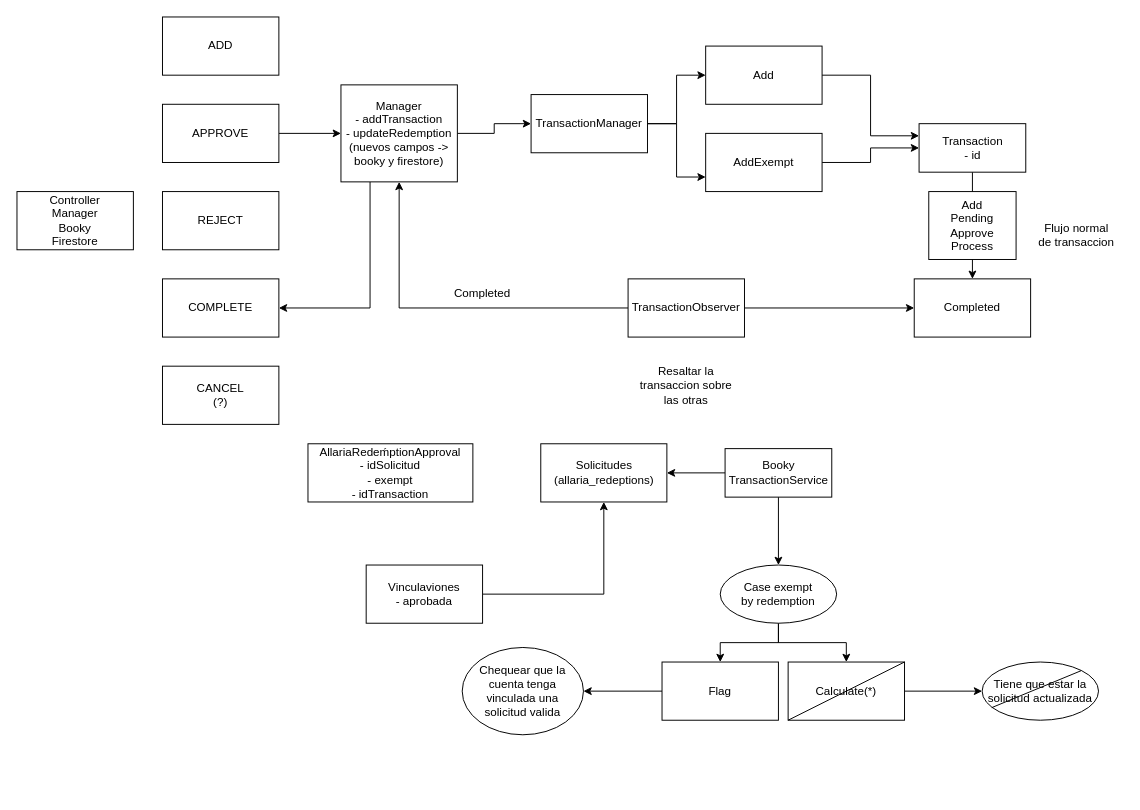
Above: Untitled Diagram.drawio in jaimequispe241094/Proyecto_Agenda (draw.io), before the change. Source tidied: cells renumbered, new cells numbered last; positions are measured from the earlier drawing's top-left corner, leaving out a move shared by most shapes. Both pictures are drawn from the tidied source at 97%, with x=0, y=0 at pixel (16, 16).
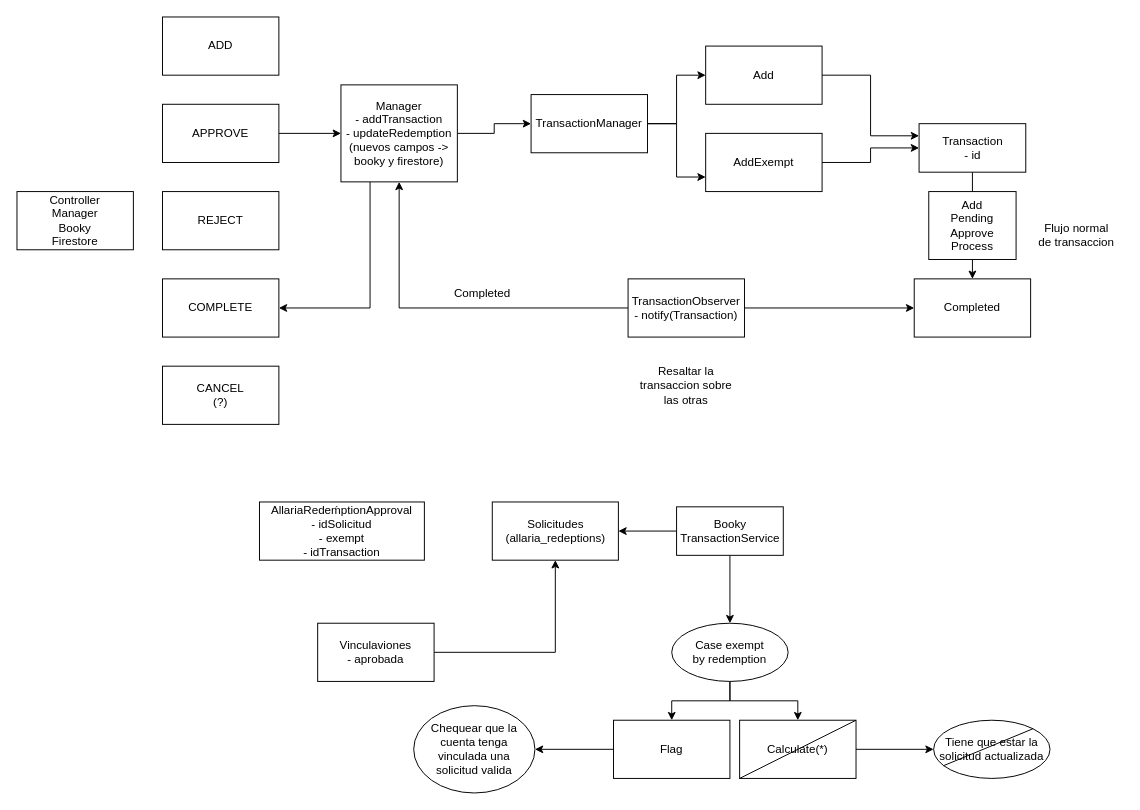
The same diagram, later.

The edit, as a diff of the source:
```diff
@@
     <mxCell id="2" value="&lt;div&gt;Solicitudes&lt;/div&gt;&lt;div&gt;(allaria_redeptions)&lt;/div&gt;" style="html=1;" parent="1" vertex="1">
-      <mxGeometry x="540" y="440" width="130" height="60" as="geometry" />
+      <mxGeometry x="490" y="500" width="130" height="60" as="geometry" />
     </mxCell>
@@
     <mxCell id="5" value="&lt;div&gt;Booky&lt;/div&gt;&lt;div&gt;TransactionService&lt;/div&gt;" style="html=1;" parent="1" vertex="1">
-      <mxGeometry x="730" y="445" width="110" height="50" as="geometry" />
+      <mxGeometry x="680" y="505" width="110" height="50" as="geometry" />
     </mxCell>
@@
     <mxCell id="24" value="&lt;div&gt;Case exempt&lt;/div&gt;&lt;div&gt;by redemption&lt;br&gt;&lt;/div&gt;" style="ellipse;whiteSpace=wrap;html=1;" parent="1" vertex="1">
-      <mxGeometry x="725" y="565" width="120" height="60" as="geometry" />
+      <mxGeometry x="675" y="625" width="120" height="60" as="geometry" />
     </mxCell>
@@
     <mxCell id="26" value="Flag" style="whiteSpace=wrap;html=1;" parent="1" vertex="1">
-      <mxGeometry x="665" y="665" width="120" height="60" as="geometry" />
+      <mxGeometry x="615" y="725" width="120" height="60" as="geometry" />
     </mxCell>
@@
     <mxCell id="28" value="Calculate(*)" style="whiteSpace=wrap;html=1;" parent="1" vertex="1">
-      <mxGeometry x="795" y="665" width="120" height="60" as="geometry" />
+      <mxGeometry x="745" y="725" width="120" height="60" as="geometry" />
     </mxCell>
@@
-    <mxCell id="35" value="TransactionObserver" style="rounded=0;whiteSpace=wrap;html=1;" parent="1" vertex="1">
+    <mxCell id="35" value="&lt;div&gt;TransactionObserver&lt;/div&gt;&lt;div&gt;- notify(Transaction)&lt;/div&gt;" style="rounded=0;whiteSpace=wrap;html=1;" parent="1" vertex="1">
       <mxGeometry x="630" y="270" width="120" height="60" as="geometry" />
     </mxCell>
@@
     <mxCell id="37" value="&lt;div&gt;Chequear que la&lt;/div&gt;&lt;div&gt;cuenta tenga &lt;br&gt;&lt;/div&gt;&lt;div&gt;vinculada una&lt;/div&gt;&lt;div&gt;solicitud valida&lt;br&gt;&lt;/div&gt;" style="ellipse;whiteSpace=wrap;html=1;" parent="1" vertex="1">
-      <mxGeometry x="459" y="650" width="125" height="90" as="geometry" />
+      <mxGeometry x="409" y="710" width="125" height="90" as="geometry" />
     </mxCell>
     <mxCell id="38" value="&lt;div&gt;Tiene que estar la &lt;br&gt;&lt;/div&gt;&lt;div&gt;solicitud actualizada&lt;/div&gt;" style="ellipse;whiteSpace=wrap;html=1;" parent="1" vertex="1">
-      <mxGeometry x="995" y="665" width="120" height="60" as="geometry" />
+      <mxGeometry x="945" y="725" width="120" height="60" as="geometry" />
     </mxCell>
@@
     <mxCell id="40" value="&lt;div&gt;AllariaRedeḿptionApproval&lt;br&gt;&lt;/div&gt;&lt;div&gt;- idSolicitud&lt;br&gt;&lt;/div&gt;&lt;div&gt;- exempt&lt;/div&gt;&lt;div&gt;- idTransaction&lt;br&gt;&lt;/div&gt;" style="rounded=0;whiteSpace=wrap;html=1;" parent="1" vertex="1">
-      <mxGeometry x="300" y="440" width="170" height="60" as="geometry" />
+      <mxGeometry x="250" y="500" width="170" height="60" as="geometry" />
     </mxCell>
@@
     <mxCell id="42" value="&lt;div&gt;Vinculaviones&lt;/div&gt;&lt;div&gt;- aprobada&lt;/div&gt;" style="rounded=0;whiteSpace=wrap;html=1;" parent="1" vertex="1">
-      <mxGeometry x="360" y="565" width="120" height="60" as="geometry" />
+      <mxGeometry x="310" y="625" width="120" height="60" as="geometry" />
     </mxCell>
@@
     <mxCell id="45" style="endArrow=none;html=1;rounded=0;entryX=1;entryY=0;entryDx=0;entryDy=0;" parent="1" edge="1" target="28">
       <mxGeometry relative="1" as="geometry">
-        <mxPoint x="795" y="725" as="sourcePoint" />
+        <mxPoint x="745" y="785" as="sourcePoint" />
       </mxGeometry>
     </mxCell>
```
